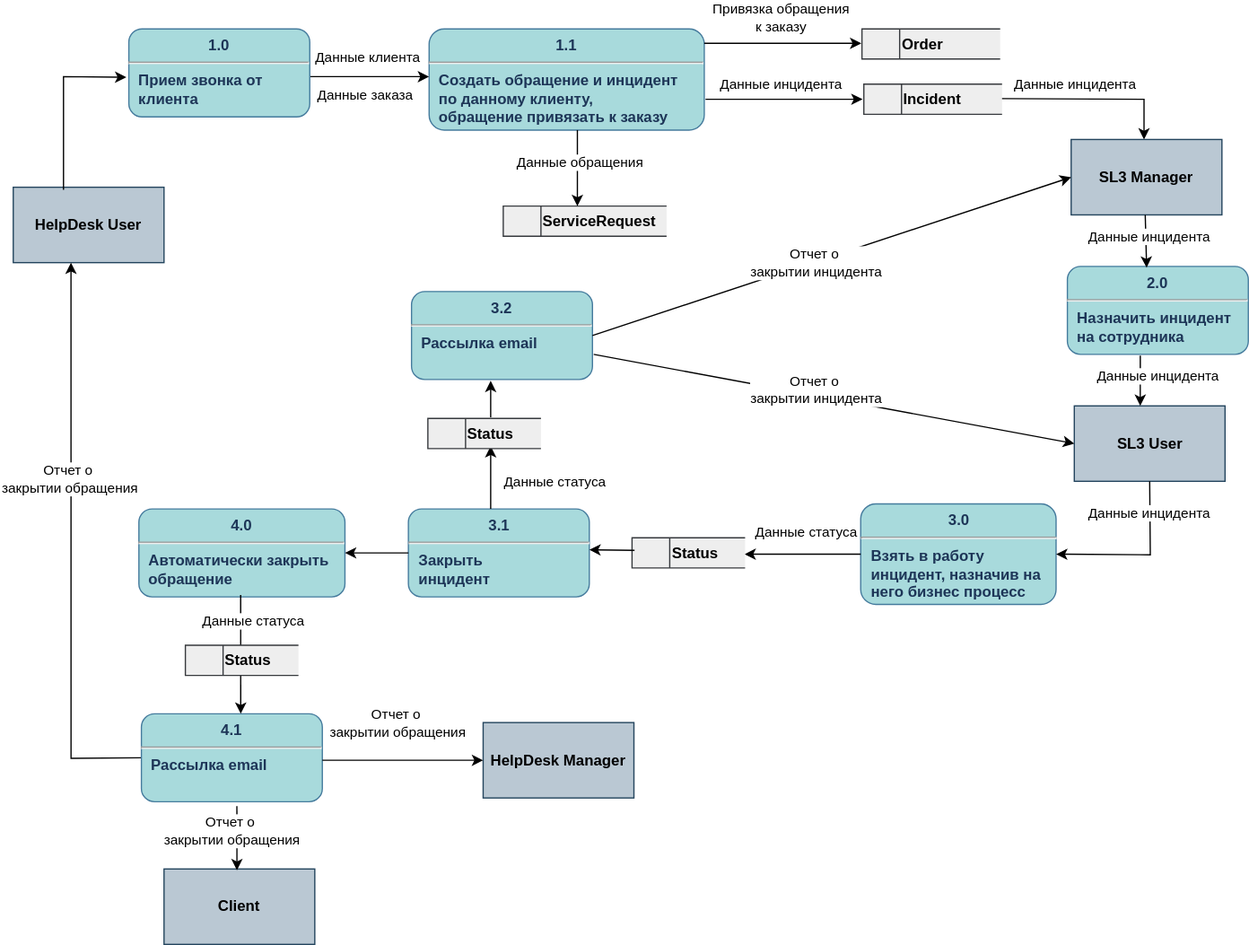
Earlier version of the draw.io export dfd.svg (theotheo46/gb). Source tidied: cells renumbered, new cells last; positions are measured from the earlier drawing's top-left corner, leaving out a move shared by most shapes.
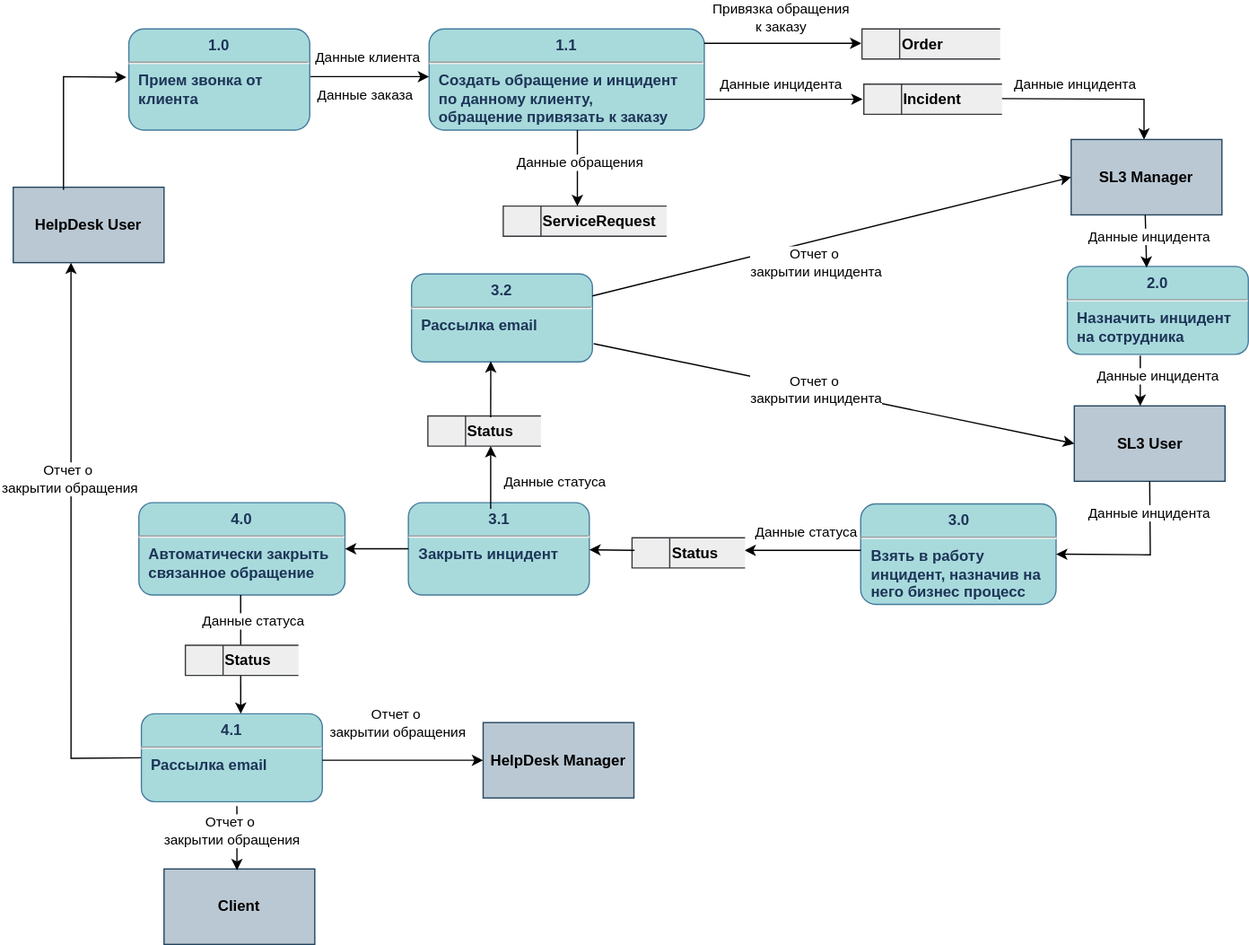
After the commit.

Commit message:
Integration diagram is added

What changed in the source:
```diff
@@ -26,7 +26,7 @@
       <mxGeometry x="390" y="140.5" width="130" height="24" as="geometry" />
     </mxCell>
     <mxCell id="7" value="&lt;p style=&quot;margin: 6px 0px 0px ; text-align: center&quot;&gt;&lt;b&gt;1.0&lt;/b&gt;&lt;/p&gt;&lt;hr&gt;&lt;p style=&quot;margin: 0px 0px 0px 8px&quot;&gt;&lt;b&gt;Прием звонка от&amp;nbsp;&lt;/b&gt;&lt;/p&gt;&lt;p style=&quot;margin: 0px 0px 0px 8px&quot;&gt;&lt;b&gt;клиента&lt;/b&gt;&lt;/p&gt;" style="align=left;overflow=fill;html=1;fillColor=#A8DADC;strokeColor=#457B9D;fontColor=#1D3557;rounded=1;" parent="1" vertex="1">
-      <mxGeometry x="92" y="-0.5" width="144" height="70" as="geometry" />
+      <mxGeometry x="92" y="-0.5" width="144" height="80.5" as="geometry" />
     </mxCell>
     <mxCell id="8" style="endArrow=classic;startArrow=none;html=1;rounded=0;startFill=0;" parent="1" edge="1">
       <mxGeometry relative="1" as="geometry">
@@ -83,8 +83,8 @@
     </mxCell>
     <mxCell id="17" style="endArrow=classic;html=1;rounded=0;" parent="1" edge="1">
       <mxGeometry relative="1" as="geometry">
-        <mxPoint x="674.5" y="417.5" as="sourcePoint" />
-        <mxPoint x="582" y="417.5" as="targetPoint" />
+        <mxPoint x="674.5" y="414.5" as="sourcePoint" />
+        <mxPoint x="582" y="414.5" as="targetPoint" />
       </mxGeometry>
     </mxCell>
     <mxCell id="18" value="Данные инцидента" style="edgeLabel;html=1;align=center;verticalAlign=middle;" parent="1" vertex="1">
@@ -93,8 +93,8 @@
     <mxCell id="19" value="&amp;nbsp; &amp;nbsp; &amp;nbsp; &amp;nbsp; &lt;b&gt;Status&lt;/b&gt;" style="html=1;dashed=0;whitespace=wrap;shape=mxgraph.dfd.dataStoreID;align=left;spacingLeft=3;fillColor=#eeeeee;strokeColor=#36393d;" parent="1" vertex="1">
       <mxGeometry x="492.5" y="404.5" width="90" height="24" as="geometry" />
     </mxCell>
-    <mxCell id="20" value="&lt;p style=&quot;margin: 6px 0px 0px ; text-align: center&quot;&gt;&lt;b&gt;3.1&lt;/b&gt;&lt;/p&gt;&lt;hr&gt;&lt;p style=&quot;margin: 0px 0px 0px 8px&quot;&gt;&lt;b&gt;Закрыть&lt;/b&gt;&lt;/p&gt;&lt;p style=&quot;margin: 0px 0px 0px 8px&quot;&gt;&lt;b&gt;инцидент&lt;/b&gt;&lt;/p&gt;" style="align=left;overflow=fill;html=1;fillColor=#A8DADC;strokeColor=#457B9D;fontColor=#1D3557;rounded=1;" parent="1" vertex="1">
-      <mxGeometry x="314.5" y="381.5" width="144" height="70" as="geometry" />
+    <mxCell id="20" value="&lt;p style=&quot;margin: 6px 0px 0px ; text-align: center&quot;&gt;&lt;b&gt;3.1&lt;/b&gt;&lt;/p&gt;&lt;hr&gt;&lt;p style=&quot;margin: 0px 0px 0px 8px&quot;&gt;&lt;b&gt;Закрыть&amp;nbsp;&lt;/b&gt;&lt;b&gt;инцидент&lt;/b&gt;&lt;/p&gt;" style="align=left;overflow=fill;html=1;fillColor=#A8DADC;strokeColor=#457B9D;fontColor=#1D3557;rounded=1;" parent="1" vertex="1">
+      <mxGeometry x="314.5" y="376.5" width="144" height="73.5" as="geometry" />
     </mxCell>
     <mxCell id="21" value="Данные статуса" style="edgeLabel;html=1;align=center;verticalAlign=middle;" parent="1" vertex="1">
       <mxGeometry x="430" y="359.5" as="geometry" />
@@ -106,7 +106,7 @@
       </mxGeometry>
     </mxCell>
     <mxCell id="23" value="&amp;nbsp; &amp;nbsp; &amp;nbsp; &amp;nbsp; &lt;b&gt;Status&lt;/b&gt;" style="html=1;dashed=0;whitespace=wrap;shape=mxgraph.dfd.dataStoreID;align=left;spacingLeft=3;fillColor=#eeeeee;strokeColor=#36393d;" parent="1" vertex="1">
-      <mxGeometry x="330" y="309.5" width="90" height="24" as="geometry" />
+      <mxGeometry x="330" y="307.5" width="90" height="24" as="geometry" />
     </mxCell>
     <mxCell id="24" style="endArrow=classic;html=1;rounded=0;" parent="1" edge="1">
       <mxGeometry relative="1" as="geometry">
@@ -142,20 +142,19 @@
       </mxGeometry>
     </mxCell>
     <mxCell id="32" value="&lt;p style=&quot;margin: 6px 0px 0px ; text-align: center&quot;&gt;&lt;b&gt;3.2&lt;/b&gt;&lt;/p&gt;&lt;hr&gt;&lt;p style=&quot;margin: 0px 0px 0px 8px&quot;&gt;&lt;b&gt;Рассылка email&lt;/b&gt;&lt;/p&gt;" style="align=left;overflow=fill;html=1;fillColor=#A8DADC;strokeColor=#457B9D;fontColor=#1D3557;rounded=1;" parent="1" vertex="1">
-      <mxGeometry x="317" y="208.5" width="144" height="70" as="geometry" />
+      <mxGeometry x="317" y="194.5" width="144" height="70" as="geometry" />
     </mxCell>
-    <mxCell id="33" style="endArrow=classic;html=1;rounded=0;" parent="1" edge="1">
+    <mxCell id="33" style="endArrow=classic;html=1;rounded=0;entryX=0.438;entryY=0.993;entryDx=0;entryDy=0;entryPerimeter=0;" parent="1" edge="1" target="32">
       <mxGeometry relative="1" as="geometry">
         <mxPoint x="380" y="308.5" as="sourcePoint" />
-        <mxPoint x="380" y="279.5" as="targetPoint" />
       </mxGeometry>
     </mxCell>
-    <mxCell id="34" style="endArrow=classic;html=1;rounded=0;exitX=1;exitY=0.5;exitDx=0;exitDy=0;entryX=0;entryY=0.5;entryDx=0;entryDy=0;" parent="1" edge="1" source="32" target="25">
+    <mxCell id="34" style="endArrow=classic;html=1;rounded=0;exitX=1;exitY=0.25;exitDx=0;exitDy=0;entryX=0;entryY=0.5;entryDx=0;entryDy=0;" parent="1" edge="1" source="32" target="25">
       <mxGeometry relative="1" as="geometry" />
     </mxCell>
-    <mxCell id="35" style="endArrow=classic;html=1;rounded=0;exitX=1;exitY=0.5;exitDx=0;exitDy=0;entryX=0;entryY=0.5;entryDx=0;entryDy=0;" parent="1" edge="1" target="13">
+    <mxCell id="35" style="endArrow=classic;html=1;rounded=0;entryX=0;entryY=0.5;entryDx=0;entryDy=0;" parent="1" edge="1" target="13">
       <mxGeometry relative="1" as="geometry">
-        <mxPoint x="462" y="258.5" as="sourcePoint" />
+        <mxPoint x="462" y="250" as="sourcePoint" />
       </mxGeometry>
     </mxCell>
     <mxCell id="36" style="endArrow=classic;html=1;rounded=0;" parent="1" edge="1">
@@ -169,8 +168,8 @@
         <mxPoint x="3" as="offset" />
       </mxGeometry>
     </mxCell>
-    <mxCell id="38" value="&lt;p style=&quot;margin: 6px 0px 0px ; text-align: center&quot;&gt;&lt;b&gt;4.0&lt;/b&gt;&lt;/p&gt;&lt;hr&gt;&lt;p style=&quot;margin: 0px 0px 0px 8px&quot;&gt;&lt;b&gt;Автоматически закрыть&lt;/b&gt;&lt;/p&gt;&lt;p style=&quot;margin: 0px 0px 0px 8px&quot;&gt;&lt;b&gt;обращение&lt;/b&gt;&lt;/p&gt;" style="align=left;overflow=fill;html=1;fillColor=#A8DADC;strokeColor=#457B9D;fontColor=#1D3557;rounded=1;" parent="1" vertex="1">
-      <mxGeometry x="100" y="381.5" width="164" height="70" as="geometry" />
+    <mxCell id="38" value="&lt;p style=&quot;margin: 6px 0px 0px ; text-align: center&quot;&gt;&lt;b&gt;4.0&lt;/b&gt;&lt;/p&gt;&lt;hr&gt;&lt;p style=&quot;margin: 0px 0px 0px 8px&quot;&gt;&lt;b&gt;Автоматически закрыть&lt;/b&gt;&lt;/p&gt;&lt;p style=&quot;margin: 0px 0px 0px 8px&quot;&gt;&lt;b&gt;связанное обращение&lt;/b&gt;&lt;/p&gt;" style="align=left;overflow=fill;html=1;fillColor=#A8DADC;strokeColor=#457B9D;fontColor=#1D3557;rounded=1;" parent="1" vertex="1">
+      <mxGeometry x="100" y="376.5" width="164" height="73.5" as="geometry" />
     </mxCell>
     <mxCell id="39" style="endArrow=classic;html=1;rounded=0;entryX=1;entryY=0.5;entryDx=0;entryDy=0;exitX=0;exitY=0.5;exitDx=0;exitDy=0;" parent="1" edge="1" source="20" target="38">
       <mxGeometry relative="1" as="geometry" />
```
